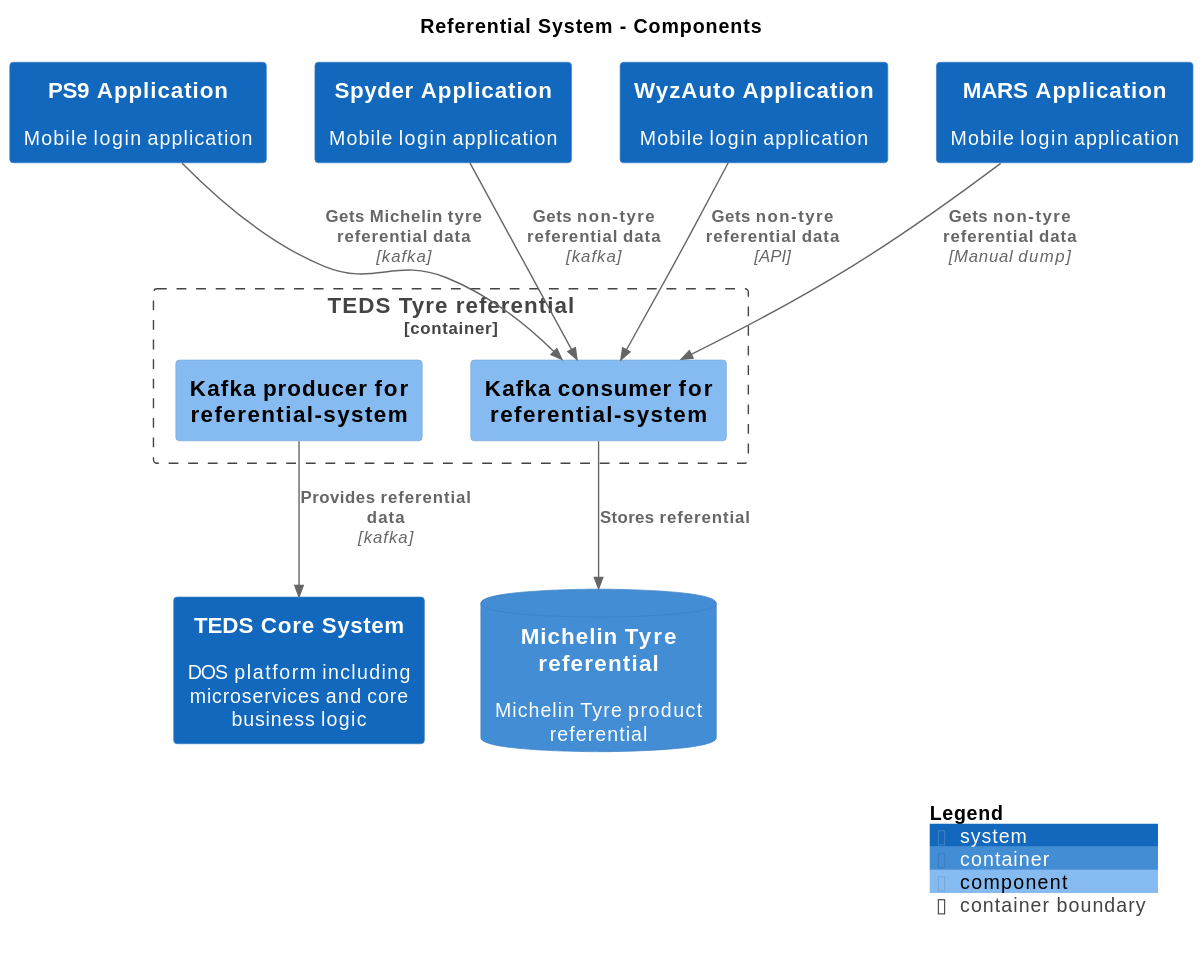
Earlier version of the PlantUML export main/svg/Level3_referential_Components.svg (kzsahay/teds). Its source is kept beside it as main/puml/Level3_referential_Components.puml.
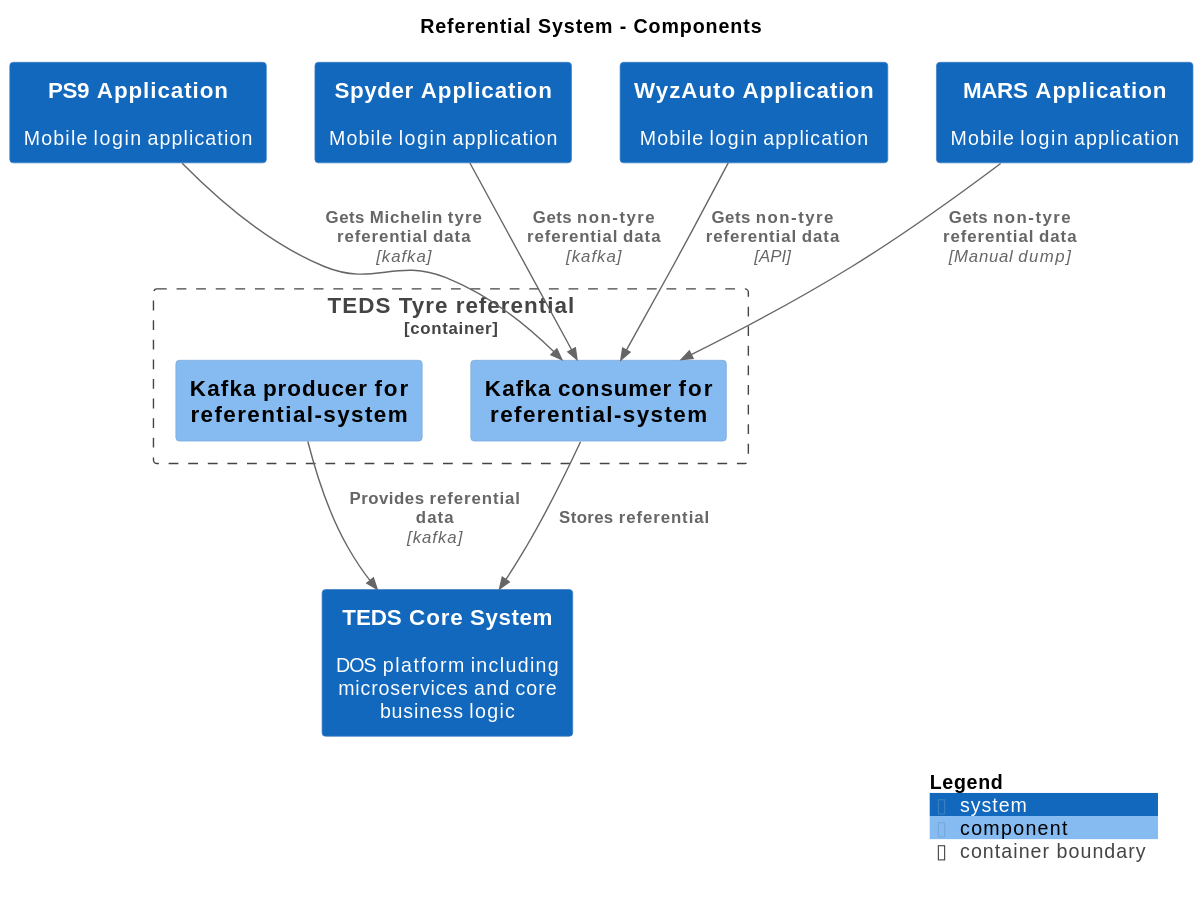
After the change.

Change to the diagram source:
```diff
@@ -6,7 +6,6 @@
 
 !include <C4/C4>
 !include <C4/C4_Context>
-!include <C4/C4_Container>
 !include <C4/C4_Component>
 
 System(TEDSCoreSystem, "TEDS Core System", $descr="DOS platform including microservices and core business logic", $tags="", $link="")
@@ -14,19 +13,18 @@
 System(SpyderApplication, "Spyder Application", $descr="Mobile login application", $tags="", $link="")
 System(WyzAutoApplication, "WyzAuto Application", $descr="Mobile login application", $tags="", $link="")
 System(MARSApplication, "MARS Application", $descr="Mobile login application", $tags="", $link="")
-ContainerDb(ReferentialSystem.MichelinTyrereferential, "Michelin Tyre referential", $techn="", $descr="Michelin Tyre product referential", $tags="", $link="")
 
 Container_Boundary("ReferentialSystem.TEDSTyrereferential_boundary", "TEDS Tyre referential", $tags="") {
   Component(ReferentialSystem.TEDSTyrereferential.Kafkaproducerforreferentialsystem, "Kafka producer for referential-system", $techn="", $descr="", $tags="", $link="")
   Component(ReferentialSystem.TEDSTyrereferential.Kafkaconsumerforreferentialsystem, "Kafka consumer for referential-system", $techn="", $descr="", $tags="", $link="")
 }
 
+Rel(MARSApplication, ReferentialSystem.TEDSTyrereferential.Kafkaconsumerforreferentialsystem, "Gets non-tyre referential data", $techn="Manual dump", $tags="", $link="")
+Rel(ReferentialSystem.TEDSTyrereferential.Kafkaconsumerforreferentialsystem, TEDSCoreSystem, "Stores referential", $techn="", $tags="", $link="")
+Rel(ReferentialSystem.TEDSTyrereferential.Kafkaproducerforreferentialsystem, TEDSCoreSystem, "Provides referential data", $techn="kafka", $tags="", $link="")
+Rel(PS9Application, ReferentialSystem.TEDSTyrereferential.Kafkaconsumerforreferentialsystem, "Gets Michelin tyre referential data", $techn="kafka", $tags="", $link="")
 Rel(SpyderApplication, ReferentialSystem.TEDSTyrereferential.Kafkaconsumerforreferentialsystem, "Gets non-tyre referential data", $techn="kafka", $tags="", $link="")
 Rel(WyzAutoApplication, ReferentialSystem.TEDSTyrereferential.Kafkaconsumerforreferentialsystem, "Gets non-tyre referential data", $techn="API", $tags="", $link="")
-Rel(MARSApplication, ReferentialSystem.TEDSTyrereferential.Kafkaconsumerforreferentialsystem, "Gets non-tyre referential data", $techn="Manual dump", $tags="", $link="")
-Rel(ReferentialSystem.TEDSTyrereferential.Kafkaconsumerforreferentialsystem, ReferentialSystem.MichelinTyrereferential, "Stores referential", $techn="", $tags="", $link="")
-Rel(ReferentialSystem.TEDSTyrereferential.Kafkaproducerforreferentialsystem, TEDSCoreSystem, "Provides referential data", $techn="kafka", $tags="", $link="")
-Rel(PS9Application, ReferentialSystem.TEDSTyrereferential.Kafkaconsumerforreferentialsystem, "Gets Michelin tyre referential data", $techn="kafka", $tags="", $link="")
 
 SHOW_LEGEND(true)
 @enduml
```
